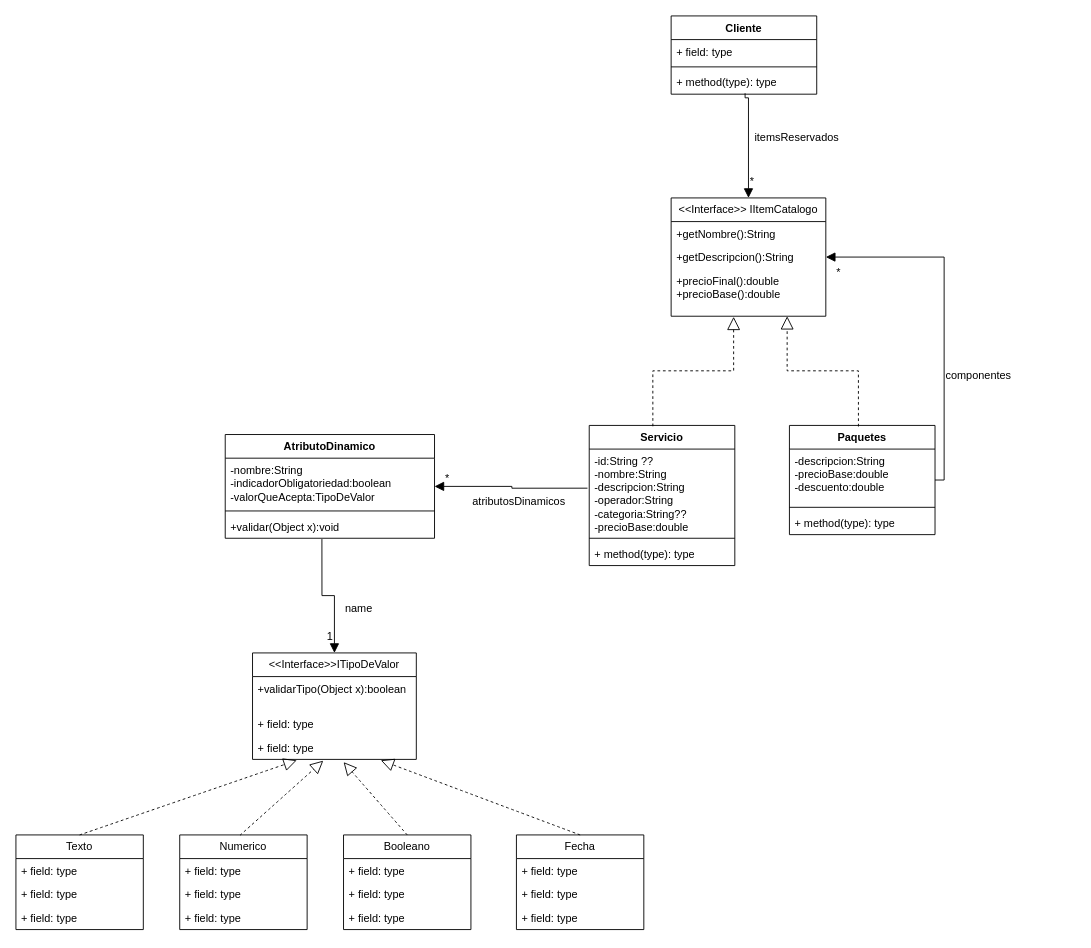
This is UML/2.1 servicios y paquetes.drawio from MartinianoOliveto/po2-integrador, a draw.io file, before an edit. Source tidied: cells renumbered, new cells numbered last; positions are measured from the earlier drawing's top-left corner, leaving out a move shared by most shapes. Both pictures are drawn from the tidied source at 91%, with x=0, y=0 at pixel (15, 15).
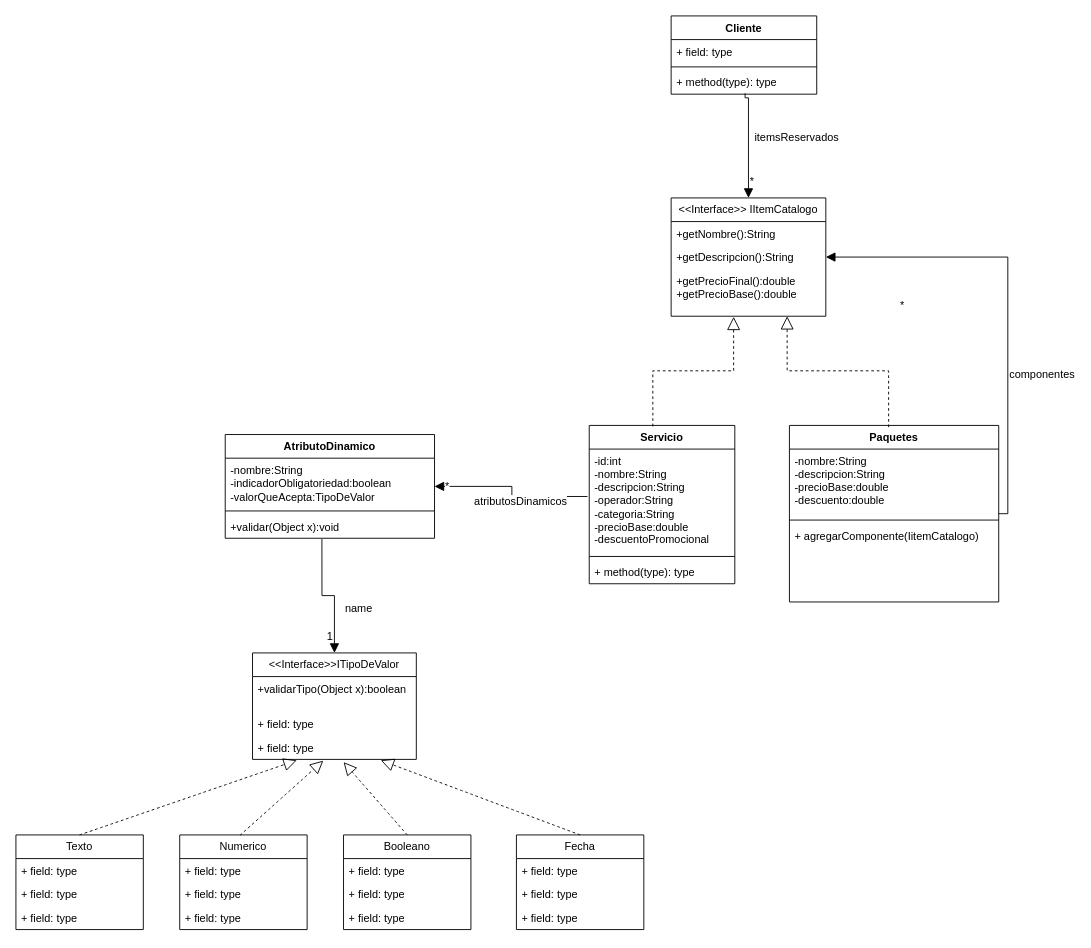
The same page after the edit.

Commit message (it also covers changes not shown here):
Leaf, composite, uml

Unchanged cells that the change refers to:
```xml
<mxCell id="10" value="&amp;lt;&amp;lt;Interface&amp;gt;&amp;gt; IItemCatalogo" style="swimlane;fontStyle=0;horizontal=1;startSize=26;fillColor=none;whiteSpace=wrap;html=1;rounded=0;" parent="1" vertex="1">
  <mxGeometry x="720" y="200" width="170" height="130" as="geometry" />
</mxCell>
```

The edit, as a diff of the source:
```diff
@@
     <mxCell id="2" value="Servicio" style="swimlane;fontStyle=1;align=center;verticalAlign=top;horizontal=1;startSize=26;whiteSpace=wrap;html=1;rounded=0;" parent="1" vertex="1">
-      <mxGeometry x="630" y="450" width="160" height="154" as="geometry" />
+      <mxGeometry x="630" y="450" width="160" height="174" as="geometry" />
     </mxCell>
-    <mxCell id="3" value="-id:String ??&lt;div&gt;-nombre:String&amp;nbsp;&lt;/div&gt;&lt;div&gt;-descripcion:String&lt;/div&gt;&lt;div&gt;-operador:String&amp;nbsp;&lt;/div&gt;&lt;div&gt;-categoria:String??&lt;/div&gt;&lt;div&gt;-precioBase:double&lt;/div&gt;" style="text;strokeColor=none;fillColor=none;align=left;verticalAlign=top;spacingLeft=4;spacingRight=4;overflow=hidden;points=[[0,0.5],[1,0.5]];portConstraint=eastwest;whiteSpace=wrap;html=1;rounded=0;" parent="2" vertex="1">
-      <mxGeometry y="26" width="160" height="94" as="geometry" />
+    <mxCell id="3" value="-id:int&lt;div&gt;-nombre:String&amp;nbsp;&lt;/div&gt;&lt;div&gt;-descripcion:String&lt;/div&gt;&lt;div&gt;-operador:String&amp;nbsp;&lt;/div&gt;&lt;div&gt;-categoria:String&lt;/div&gt;&lt;div&gt;-precioBase:double&lt;/div&gt;&lt;div&gt;-descuentoPromocional&lt;/div&gt;" style="text;strokeColor=none;fillColor=none;align=left;verticalAlign=top;spacingLeft=4;spacingRight=4;overflow=hidden;points=[[0,0.5],[1,0.5]];portConstraint=eastwest;whiteSpace=wrap;html=1;rounded=0;" parent="2" vertex="1">
+      <mxGeometry y="26" width="160" height="114" as="geometry" />
     </mxCell>
     <mxCell id="4" style="line;strokeWidth=1;fillColor=none;align=left;verticalAlign=middle;spacingTop=-1;spacingLeft=3;spacingRight=3;labelPosition=right;strokeColor=inherit;rounded=0;" parent="2" vertex="1">
-      <mxGeometry y="120" width="160" height="8" as="geometry" />
+      <mxGeometry y="140" width="160" height="8" as="geometry" />
     </mxCell>
     <mxCell id="5" value="+ method(type): type" style="text;strokeColor=none;fillColor=none;align=left;verticalAlign=top;spacingLeft=4;spacingRight=4;overflow=hidden;whiteSpace=wrap;html=1;rounded=0;" parent="2" vertex="1">
-      <mxGeometry y="128" width="160" height="26" as="geometry" />
+      <mxGeometry y="148" width="160" height="26" as="geometry" />
     </mxCell>
     <mxCell id="6" value="Paquetes" style="swimlane;fontStyle=1;align=center;verticalAlign=top;horizontal=1;startSize=26;whiteSpace=wrap;html=1;rounded=0;" parent="1" vertex="1">
-      <mxGeometry x="850" y="450" width="160" height="120" as="geometry" />
+      <mxGeometry x="850" y="450" width="230" height="194" as="geometry" />
     </mxCell>
-    <mxCell id="7" value="&lt;div&gt;-descripcion:String&amp;nbsp;&lt;/div&gt;&lt;div&gt;-precioBase:double&lt;/div&gt;&lt;div&gt;-descuento:double&lt;/div&gt;" style="text;strokeColor=none;fillColor=none;align=left;verticalAlign=top;spacingLeft=4;spacingRight=4;overflow=hidden;whiteSpace=wrap;html=1;rounded=0;" parent="6" vertex="1">
-      <mxGeometry y="26" width="160" height="60" as="geometry" />
+    <mxCell id="7" value="&lt;div&gt;-nombre:String&lt;/div&gt;&lt;div&gt;-descripcion:String&amp;nbsp;&lt;/div&gt;&lt;div&gt;-precioBase:double&lt;/div&gt;&lt;div&gt;-descuento:double&lt;/div&gt;&lt;div&gt;&lt;br&gt;&lt;/div&gt;" style="text;strokeColor=none;fillColor=none;align=left;verticalAlign=top;spacingLeft=4;spacingRight=4;overflow=hidden;whiteSpace=wrap;html=1;rounded=0;" parent="6" vertex="1">
+      <mxGeometry y="26" width="230" height="74" as="geometry" />
     </mxCell>
     <mxCell id="8" style="line;strokeWidth=1;fillColor=none;align=left;verticalAlign=middle;spacingTop=-1;spacingLeft=3;spacingRight=3;labelPosition=right;strokeColor=inherit;rounded=0;" parent="6" vertex="1">
-      <mxGeometry y="86" width="160" height="8" as="geometry" />
+      <mxGeometry y="100" width="230" height="8" as="geometry" />
     </mxCell>
-    <mxCell id="9" value="+ method(type): type" style="text;strokeColor=none;fillColor=none;align=left;verticalAlign=top;spacingLeft=4;spacingRight=4;overflow=hidden;whiteSpace=wrap;html=1;rounded=0;" parent="6" vertex="1">
-      <mxGeometry y="94" width="160" height="26" as="geometry" />
+    <mxCell id="9" value="+ agregarComponente(IitemCatalogo)" style="text;strokeColor=none;fillColor=none;align=left;verticalAlign=top;spacingLeft=4;spacingRight=4;overflow=hidden;whiteSpace=wrap;html=1;rounded=0;" parent="6" vertex="1">
+      <mxGeometry y="108" width="230" height="86" as="geometry" />
     </mxCell>
@@
-    <mxCell id="13" value="+precioFinal():double&lt;div&gt;+precioBase():double&lt;/div&gt;" style="text;strokeColor=none;fillColor=none;align=left;verticalAlign=top;spacingLeft=4;spacingRight=4;overflow=hidden;points=[[0,0.5],[1,0.5]];portConstraint=eastwest;whiteSpace=wrap;html=1;rounded=0;" parent="10" vertex="1">
+    <mxCell id="13" value="+getPrecioFinal():double&lt;div&gt;+getPrecioBase():double&lt;/div&gt;" style="text;strokeColor=none;fillColor=none;align=left;verticalAlign=top;spacingLeft=4;spacingRight=4;overflow=hidden;points=[[0,0.5],[1,0.5]];portConstraint=eastwest;whiteSpace=wrap;html=1;rounded=0;" parent="10" vertex="1">
       <mxGeometry y="78" width="170" height="52" as="geometry" />
     </mxCell>
@@
-    <mxCell id="15" value="componentes&amp;nbsp;" style="endArrow=block;endFill=1;html=1;edgeStyle=orthogonalEdgeStyle;align=left;verticalAlign=top;rounded=0;fontSize=12;startSize=8;endSize=8;exitX=1;exitY=0.5;exitDx=0;exitDy=0;entryX=1;entryY=0.5;entryDx=0;entryDy=0;" parent="1" edge="1" source="6" target="10">
+    <mxCell id="15" value="componentes" style="endArrow=block;endFill=1;html=1;edgeStyle=orthogonalEdgeStyle;align=left;verticalAlign=top;rounded=0;fontSize=12;startSize=8;endSize=8;exitX=1;exitY=0.5;exitDx=0;exitDy=0;entryX=1;entryY=0.5;entryDx=0;entryDy=0;" parent="1" edge="1" source="6" target="10">
       <mxGeometry x="-0.28" relative="1" as="geometry" />
     </mxCell>
```
